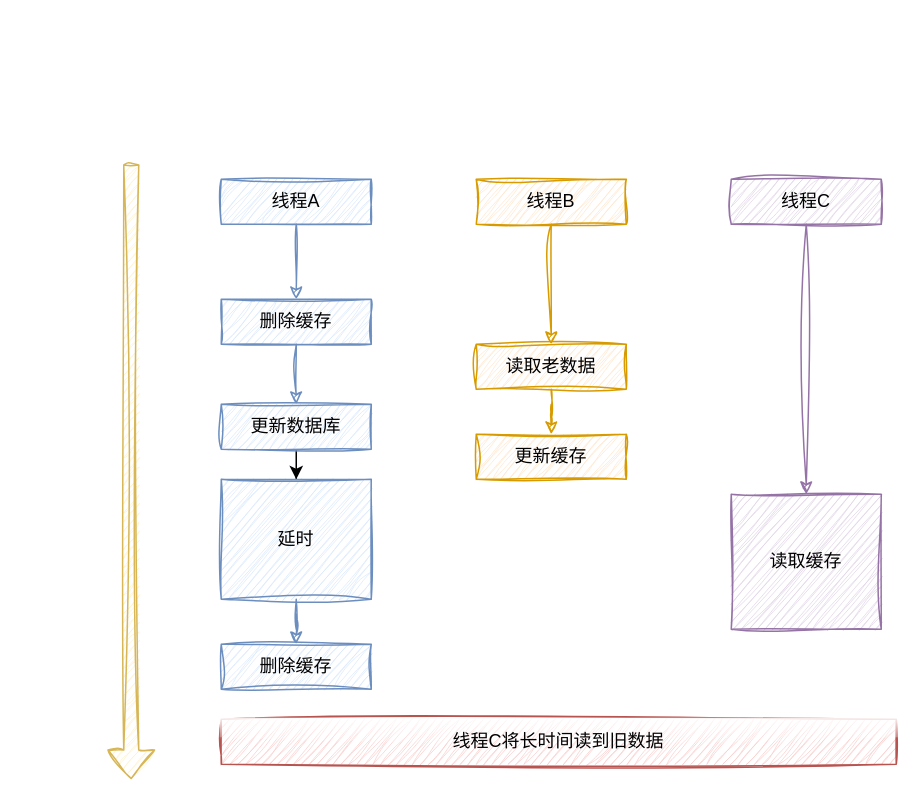
pipisay/draw keeps this draw.io diagram as redis和mysql数据一致-延时双删.drawio. Above is the earlier version. Source tidied: cells renumbered, new cells numbered last; positions are measured from the earlier drawing's top-left corner, leaving out a move shared by most shapes. Both pictures are drawn from the tidied source at 150%, with x=0, y=0 at pixel (130, 164).
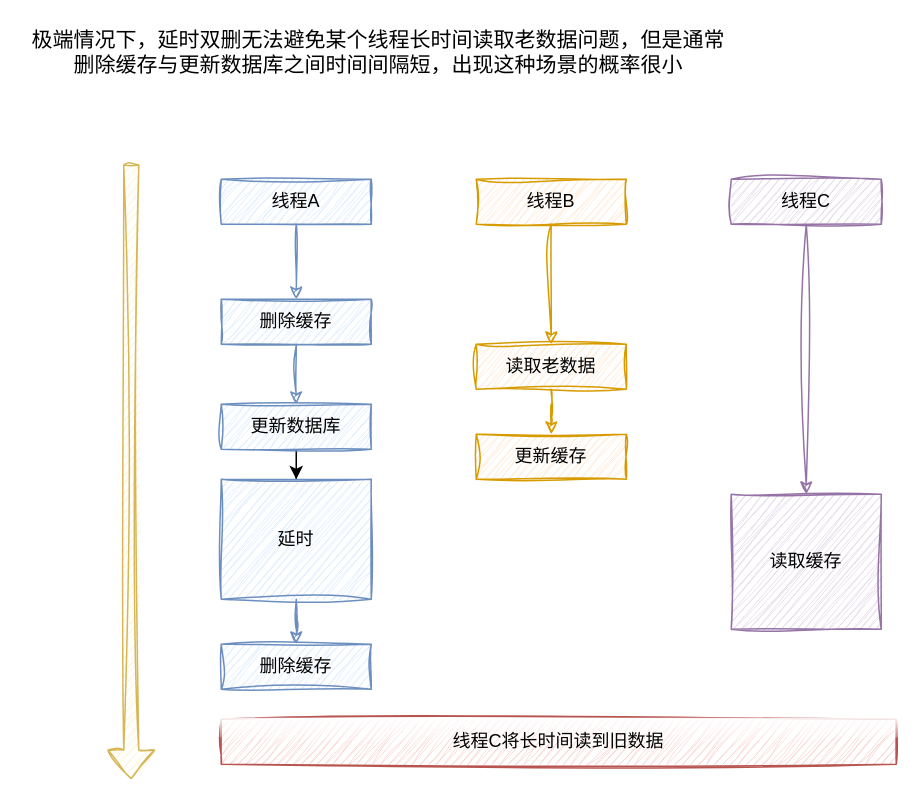
Above is the later version.

Commit message (it also covers changes not shown here):
更新redis和mysql数据一致-延时双删.drawio

Diff of the diagram source:
```diff
@@
+    <mxCell id="21" value="&lt;font style=&quot;font-size: 14px;&quot;&gt;极端情况下，延时双删无法避免某个线程长时间读取老数据问题，但是通常删除缓存与更新数据库之间时间间隔短，出现这种场景的概率很小&lt;/font&gt;" style="text;html=1;strokeColor=none;fillColor=none;align=center;verticalAlign=middle;whiteSpace=wrap;rounded=0;glass=1;sketch=1;" parent="1" vertex="1">
+      <mxGeometry x="-70" y="-90" width="470" height="30" as="geometry" />
+    </mxCell>
```
